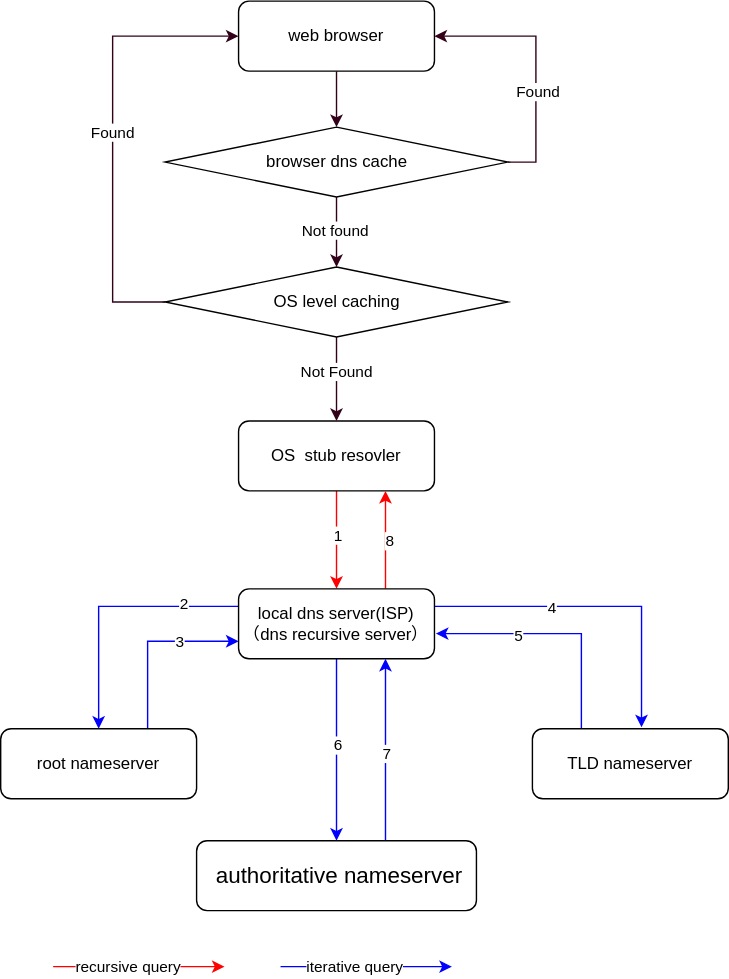
This is 2020/04/23/network-dns/network-dns.svg from stardustman/stardustman.github.io, a draw.io export, as it was before one commit. Source tidied: cells renumbered, new cells last; positions are measured from the earlier drawing's top-left corner, leaving out a move shared by most shapes. Source of this version:
```xml
<mxGraphModel>
  <root>
    <mxCell id="0" />
    <mxCell id="1" parent="0" />
    <mxCell id="2" style="edgeStyle=orthogonalEdgeStyle;rounded=0;jettySize=auto;html=1;exitX=0.5;exitY=1;exitDx=0;exitDy=0;entryX=0.5;entryY=0;entryDx=0;entryDy=0;strokeColor=#33001A;" parent="1" edge="1" source="3" target="29">
      <mxGeometry relative="1" as="geometry" />
    </mxCell>
    <mxCell id="3" value="web browser" style="rounded=1;whiteSpace=wrap;html=1;" parent="1" vertex="1">
      <mxGeometry x="170" width="140" height="50" as="geometry" />
    </mxCell>
    <mxCell id="4" style="edgeStyle=orthogonalEdgeStyle;rounded=0;jettySize=auto;html=1;exitX=0.5;exitY=1;exitDx=0;exitDy=0;entryX=0.5;entryY=0;entryDx=0;entryDy=0;strokeColor=#FF0000;" parent="1" edge="1" source="6" target="15">
      <mxGeometry relative="1" as="geometry" />
    </mxCell>
    <mxCell id="5" value="1" style="edgeLabel;html=1;align=center;verticalAlign=middle;" parent="4" vertex="1">
      <mxGeometry x="-0.12" relative="1" as="geometry" />
    </mxCell>
    <mxCell id="6" value="OS&amp;nbsp; stub resovler" style="rounded=1;whiteSpace=wrap;html=1;" parent="1" vertex="1">
      <mxGeometry x="170" y="300" width="140" height="50" as="geometry" />
    </mxCell>
    <mxCell id="7" style="edgeStyle=orthogonalEdgeStyle;rounded=0;jettySize=auto;html=1;exitX=0;exitY=0.25;exitDx=0;exitDy=0;entryX=0.5;entryY=0;entryDx=0;entryDy=0;strokeColor=#0000FF;" parent="1" edge="1" source="15" target="18">
      <mxGeometry relative="1" as="geometry" />
    </mxCell>
    <mxCell id="8" value="2" style="edgeLabel;html=1;align=center;verticalAlign=middle;" parent="7" vertex="1">
      <mxGeometry x="-0.57" y="-2" relative="1" as="geometry" />
    </mxCell>
    <mxCell id="9" style="edgeStyle=orthogonalEdgeStyle;rounded=0;jettySize=auto;html=1;exitX=1;exitY=0.25;exitDx=0;exitDy=0;entryX=0.557;entryY=-0.02;entryDx=0;entryDy=0;entryPerimeter=0;strokeColor=#0000FF;" parent="1" edge="1" source="15" target="21">
      <mxGeometry relative="1" as="geometry" />
    </mxCell>
    <mxCell id="10" value="4" style="edgeLabel;html=1;align=center;verticalAlign=middle;" parent="9" vertex="1">
      <mxGeometry x="-0.29" relative="1" as="geometry">
        <mxPoint y="1" as="offset" />
      </mxGeometry>
    </mxCell>
    <mxCell id="11" style="edgeStyle=orthogonalEdgeStyle;rounded=0;jettySize=auto;html=1;strokeColor=#0000FF;" parent="1" edge="1" source="15" target="24">
      <mxGeometry relative="1" as="geometry" />
    </mxCell>
    <mxCell id="12" value="6" style="edgeLabel;html=1;align=center;verticalAlign=middle;" parent="11" vertex="1">
      <mxGeometry x="-0.06" relative="1" as="geometry" />
    </mxCell>
    <mxCell id="13" style="edgeStyle=orthogonalEdgeStyle;rounded=0;jettySize=auto;html=1;exitX=0.75;exitY=0;exitDx=0;exitDy=0;entryX=0.75;entryY=1;entryDx=0;entryDy=0;strokeColor=#FF0000;" parent="1" edge="1" source="15" target="6">
      <mxGeometry relative="1" as="geometry" />
    </mxCell>
    <mxCell id="14" value="8" style="edgeLabel;html=1;align=center;verticalAlign=middle;" parent="13" vertex="1">
      <mxGeometry y="-2" relative="1" as="geometry" />
    </mxCell>
    <mxCell id="15" value="local dns server(ISP)&lt;br&gt;（dns recursive server）" style="rounded=1;whiteSpace=wrap;html=1;" parent="1" vertex="1">
      <mxGeometry x="170" y="420" width="140" height="50" as="geometry" />
    </mxCell>
    <mxCell id="16" style="edgeStyle=orthogonalEdgeStyle;rounded=0;jettySize=auto;html=1;exitX=0.75;exitY=0;exitDx=0;exitDy=0;entryX=0;entryY=0.75;entryDx=0;entryDy=0;strokeColor=#0000FF;" parent="1" edge="1" source="18" target="15">
      <mxGeometry relative="1" as="geometry" />
    </mxCell>
    <mxCell id="17" value="3" style="edgeLabel;html=1;align=center;verticalAlign=middle;" parent="16" vertex="1">
      <mxGeometry x="-0.02" y="-22" relative="1" as="geometry">
        <mxPoint x="22" y="-22" as="offset" />
      </mxGeometry>
    </mxCell>
    <mxCell id="18" value="root nameserver" style="rounded=1;whiteSpace=wrap;html=1;" parent="1" vertex="1">
      <mxGeometry y="520" width="140" height="50" as="geometry" />
    </mxCell>
    <mxCell id="19" style="edgeStyle=orthogonalEdgeStyle;rounded=0;jettySize=auto;html=1;exitX=0.25;exitY=0;exitDx=0;exitDy=0;entryX=1.007;entryY=0.64;entryDx=0;entryDy=0;entryPerimeter=0;strokeColor=#0000FF;" parent="1" edge="1" source="21" target="15">
      <mxGeometry relative="1" as="geometry" />
    </mxCell>
    <mxCell id="20" value="5" style="edgeLabel;html=1;align=center;verticalAlign=middle;" parent="19" vertex="1">
      <mxGeometry x="0.33" y="1" relative="1" as="geometry" />
    </mxCell>
    <mxCell id="21" value="TLD nameserver" style="rounded=1;whiteSpace=wrap;html=1;" parent="1" vertex="1">
      <mxGeometry x="380" y="520" width="140" height="50" as="geometry" />
    </mxCell>
    <mxCell id="22" style="edgeStyle=orthogonalEdgeStyle;rounded=0;jettySize=auto;html=1;exitX=0.75;exitY=0;exitDx=0;exitDy=0;entryX=0.75;entryY=1;entryDx=0;entryDy=0;strokeColor=#0000FF;" parent="1" edge="1" source="24" target="15">
      <mxGeometry relative="1" as="geometry">
        <Array as="points">
          <mxPoint x="275" y="600" />
        </Array>
      </mxGeometry>
    </mxCell>
    <mxCell id="23" value="7" style="edgeLabel;html=1;align=center;verticalAlign=middle;" parent="22" vertex="1">
      <mxGeometry x="0.08" relative="1" as="geometry" />
    </mxCell>
    <mxCell id="24" value="&lt;span style=&quot;font-family: , , &amp;#34;segoe ui&amp;#34; , &amp;#34;roboto&amp;#34; , &amp;#34;oxygen&amp;#34; , &amp;#34;ubuntu&amp;#34; , &amp;#34;cantarell&amp;#34; , &amp;#34;fira sans&amp;#34; , &amp;#34;droid sans&amp;#34; , &amp;#34;helvetica neue&amp;#34; , sans-serif ; font-size: 16px ; text-align: left&quot;&gt;&amp;nbsp;authoritative nameserver&lt;/span&gt;" style="rounded=1;whiteSpace=wrap;html=1;" parent="1" vertex="1">
      <mxGeometry x="140" y="600" width="200" height="50" as="geometry" />
    </mxCell>
    <mxCell id="25" style="edgeStyle=orthogonalEdgeStyle;rounded=0;jettySize=auto;html=1;exitX=1;exitY=0.5;exitDx=0;exitDy=0;entryX=1;entryY=0.5;entryDx=0;entryDy=0;strokeColor=#33001A;" parent="1" edge="1" source="29" target="3">
      <mxGeometry relative="1" as="geometry" />
    </mxCell>
    <mxCell id="26" value="Found" style="edgeLabel;html=1;align=center;verticalAlign=middle;" parent="25" vertex="1">
      <mxGeometry x="-0.22" relative="1" as="geometry">
        <mxPoint x="1" as="offset" />
      </mxGeometry>
    </mxCell>
    <mxCell id="27" style="edgeStyle=orthogonalEdgeStyle;rounded=0;jettySize=auto;html=1;exitX=0.5;exitY=1;exitDx=0;exitDy=0;entryX=0.5;entryY=0;entryDx=0;entryDy=0;strokeColor=#33001A;" parent="1" edge="1" source="29" target="37">
      <mxGeometry relative="1" as="geometry" />
    </mxCell>
    <mxCell id="28" value="Not found" style="edgeLabel;html=1;align=center;verticalAlign=middle;" parent="27" vertex="1">
      <mxGeometry x="-0.08" y="-2" relative="1" as="geometry" />
    </mxCell>
    <mxCell id="29" value="browser dns cache" style="rhombus;whiteSpace=wrap;html=1;" parent="1" vertex="1">
      <mxGeometry x="117.5" y="90" width="245" height="50" as="geometry" />
    </mxCell>
    <mxCell id="30" value="&lt;pre class=&quot;project_naptha_text_layer&quot; style=&quot;box-sizing: border-box ; font-family: monospace , monospace ; font-size: 16px ; overflow: hidden ; left: -100px ; top: -100px ; height: 1px ; width: 1px ; position: absolute&quot;&gt;&lt;pre class=&quot;project_naptha_text_layer&quot; style=&quot;box-sizing: border-box ; font-family: monospace , monospace ; overflow: hidden ; left: -100px ; top: -100px ; height: 1px ; width: 1px ; position: absolute&quot;&gt;ReILlrsive Query&lt;br/&gt;&lt;br/&gt;This text was recognized by the built-in Ocrad engine. A better transcription may be attained by right clicking on the selection and changing the OCR engine to &quot;Tesseract&quot; (under the &quot;Language&quot; menu). This message can be removed in the future by unchecking &quot;OCR Disclaimer&quot; (under the Options menu). More info: http://projectnaptha.com/ocrad&lt;/pre&gt;&lt;/pre&gt;" style="endArrow=classic;html=1;strokeColor=#FF0000;" parent="1" edge="1">
      <mxGeometry relative="1" as="geometry">
        <mxPoint x="37.5" y="690" as="sourcePoint" />
        <mxPoint x="160" y="690" as="targetPoint" />
      </mxGeometry>
    </mxCell>
    <mxCell id="31" value="recursive query" style="edgeLabel;html=1;align=center;verticalAlign=middle;" parent="30" vertex="1">
      <mxGeometry x="-0.27" y="1" relative="1" as="geometry">
        <mxPoint x="8.5" as="offset" />
      </mxGeometry>
    </mxCell>
    <mxCell id="32" value="&lt;pre class=&quot;project_naptha_text_layer&quot; style=&quot;box-sizing: border-box ; font-family: monospace , monospace ; font-size: 16px ; overflow: hidden ; left: -100px ; top: -100px ; height: 1px ; width: 1px ; position: absolute&quot;&gt;&lt;pre class=&quot;project_naptha_text_layer&quot; style=&quot;box-sizing: border-box ; font-family: monospace , monospace ; overflow: hidden ; left: -100px ; top: -100px ; height: 1px ; width: 1px ; position: absolute&quot;&gt;ReILlrsive Query&lt;br/&gt;&lt;br/&gt;This text was recognized by the built-in Ocrad engine. A better transcription may be attained by right clicking on the selection and changing the OCR engine to &quot;Tesseract&quot; (under the &quot;Language&quot; menu). This message can be removed in the future by unchecking &quot;OCR Disclaimer&quot; (under the Options menu). More info: http://projectnaptha.com/ocrad&lt;/pre&gt;&lt;/pre&gt;" style="endArrow=classic;html=1;strokeColor=#0000FF;" parent="1" edge="1">
      <mxGeometry relative="1" as="geometry">
        <mxPoint x="200" y="690" as="sourcePoint" />
        <mxPoint x="322.5" y="690" as="targetPoint" />
      </mxGeometry>
    </mxCell>
    <mxCell id="33" value="iterative query" style="edgeLabel;html=1;align=center;verticalAlign=middle;" parent="32" vertex="1">
      <mxGeometry x="-0.27" y="1" relative="1" as="geometry">
        <mxPoint x="8.5" as="offset" />
      </mxGeometry>
    </mxCell>
    <mxCell id="34" style="edgeStyle=orthogonalEdgeStyle;rounded=0;jettySize=auto;html=1;exitX=0.5;exitY=1;exitDx=0;exitDy=0;entryX=0.5;entryY=0;entryDx=0;entryDy=0;strokeColor=#33001A;" parent="1" edge="1" source="37" target="6">
      <mxGeometry relative="1" as="geometry" />
    </mxCell>
    <mxCell id="35" value="Not Found" style="edgeLabel;html=1;align=center;verticalAlign=middle;" parent="34" vertex="1">
      <mxGeometry x="-0.2" y="-1" relative="1" as="geometry" />
    </mxCell>
    <mxCell id="36" value="Found" style="edgeStyle=orthogonalEdgeStyle;rounded=0;jettySize=auto;html=1;exitX=0;exitY=0.5;exitDx=0;exitDy=0;entryX=0;entryY=0.5;entryDx=0;entryDy=0;strokeColor=#33001A;" parent="1" edge="1" source="37" target="3">
      <mxGeometry relative="1" as="geometry">
        <Array as="points">
          <mxPoint x="80" y="215" />
          <mxPoint x="80" y="25" />
        </Array>
      </mxGeometry>
    </mxCell>
    <mxCell id="37" value="OS level caching" style="rhombus;whiteSpace=wrap;html=1;" parent="1" vertex="1">
      <mxGeometry x="117.5" y="190" width="245" height="50" as="geometry" />
    </mxCell>
  </root>
</mxGraphModel>
```
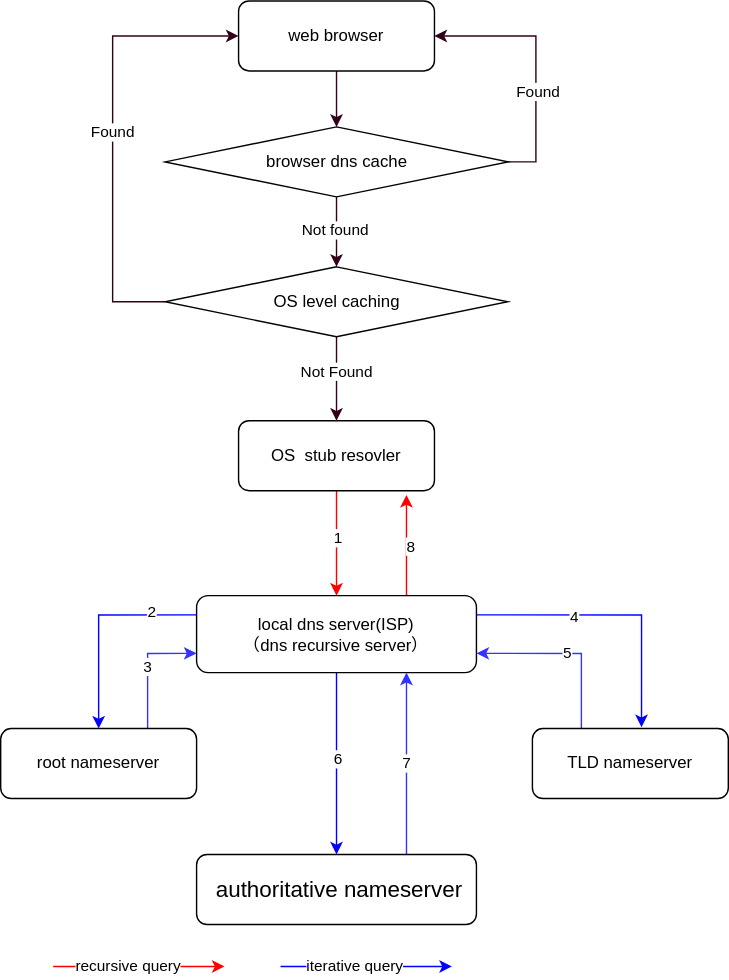
After the commit.

The edit, as a diff of the source:
```diff
@@ -37,47 +37,34 @@
     <mxCell id="12" value="6" style="edgeLabel;html=1;align=center;verticalAlign=middle;" parent="11" vertex="1">
       <mxGeometry x="-0.06" relative="1" as="geometry" />
     </mxCell>
-    <mxCell id="13" style="edgeStyle=orthogonalEdgeStyle;rounded=0;jettySize=auto;html=1;exitX=0.75;exitY=0;exitDx=0;exitDy=0;entryX=0.75;entryY=1;entryDx=0;entryDy=0;strokeColor=#FF0000;" parent="1" edge="1" source="15" target="6">
-      <mxGeometry relative="1" as="geometry" />
+    <mxCell id="13" style="edgeStyle=orthogonalEdgeStyle;rounded=0;jettySize=auto;html=1;exitX=0.75;exitY=0;exitDx=0;exitDy=0;strokeColor=#FF0000;" parent="1" edge="1" source="15">
+      <mxGeometry relative="1" as="geometry">
+        <mxPoint x="290" y="353" as="targetPoint" />
+      </mxGeometry>
     </mxCell>
     <mxCell id="14" value="8" style="edgeLabel;html=1;align=center;verticalAlign=middle;" parent="13" vertex="1">
       <mxGeometry y="-2" relative="1" as="geometry" />
     </mxCell>
     <mxCell id="15" value="local dns server(ISP)&lt;br&gt;（dns recursive server）" style="rounded=1;whiteSpace=wrap;html=1;" parent="1" vertex="1">
-      <mxGeometry x="170" y="420" width="140" height="50" as="geometry" />
+      <mxGeometry x="140" y="425" width="200" height="55" as="geometry" />
     </mxCell>
-    <mxCell id="16" style="edgeStyle=orthogonalEdgeStyle;rounded=0;jettySize=auto;html=1;exitX=0.75;exitY=0;exitDx=0;exitDy=0;entryX=0;entryY=0.75;entryDx=0;entryDy=0;strokeColor=#0000FF;" parent="1" edge="1" source="18" target="15">
-      <mxGeometry relative="1" as="geometry" />
-    </mxCell>
-    <mxCell id="17" value="3" style="edgeLabel;html=1;align=center;verticalAlign=middle;" parent="16" vertex="1">
-      <mxGeometry x="-0.02" y="-22" relative="1" as="geometry">
-        <mxPoint x="22" y="-22" as="offset" />
-      </mxGeometry>
+    <mxCell id="17" value="3" style="edgeStyle=orthogonalEdgeStyle;rounded=0;jettySize=auto;html=1;exitX=0.75;exitY=0;exitDx=0;exitDy=0;entryX=0;entryY=0.75;entryDx=0;entryDy=0;strokeColor=#3333FF;" parent="1" edge="1" source="18" target="15">
+      <mxGeometry relative="1" as="geometry" />
     </mxCell>
     <mxCell id="18" value="root nameserver" style="rounded=1;whiteSpace=wrap;html=1;" parent="1" vertex="1">
       <mxGeometry y="520" width="140" height="50" as="geometry" />
     </mxCell>
-    <mxCell id="19" style="edgeStyle=orthogonalEdgeStyle;rounded=0;jettySize=auto;html=1;exitX=0.25;exitY=0;exitDx=0;exitDy=0;entryX=1.007;entryY=0.64;entryDx=0;entryDy=0;entryPerimeter=0;strokeColor=#0000FF;" parent="1" edge="1" source="21" target="15">
-      <mxGeometry relative="1" as="geometry" />
-    </mxCell>
-    <mxCell id="20" value="5" style="edgeLabel;html=1;align=center;verticalAlign=middle;" parent="19" vertex="1">
-      <mxGeometry x="0.33" y="1" relative="1" as="geometry" />
+    <mxCell id="20" value="5" style="edgeStyle=orthogonalEdgeStyle;rounded=0;jettySize=auto;html=1;exitX=0.25;exitY=0;exitDx=0;exitDy=0;entryX=1;entryY=0.75;entryDx=0;entryDy=0;strokeColor=#3333FF;" parent="1" edge="1" source="21" target="15">
+      <mxGeometry relative="1" as="geometry" />
     </mxCell>
     <mxCell id="21" value="TLD nameserver" style="rounded=1;whiteSpace=wrap;html=1;" parent="1" vertex="1">
       <mxGeometry x="380" y="520" width="140" height="50" as="geometry" />
     </mxCell>
-    <mxCell id="22" style="edgeStyle=orthogonalEdgeStyle;rounded=0;jettySize=auto;html=1;exitX=0.75;exitY=0;exitDx=0;exitDy=0;entryX=0.75;entryY=1;entryDx=0;entryDy=0;strokeColor=#0000FF;" parent="1" edge="1" source="24" target="15">
-      <mxGeometry relative="1" as="geometry">
-        <Array as="points">
-          <mxPoint x="275" y="600" />
-        </Array>
-      </mxGeometry>
-    </mxCell>
-    <mxCell id="23" value="7" style="edgeLabel;html=1;align=center;verticalAlign=middle;" parent="22" vertex="1">
-      <mxGeometry x="0.08" relative="1" as="geometry" />
+    <mxCell id="23" value="7" style="edgeStyle=orthogonalEdgeStyle;rounded=0;jettySize=auto;html=1;exitX=0.75;exitY=0;exitDx=0;exitDy=0;entryX=0.75;entryY=1;entryDx=0;entryDy=0;strokeColor=#3333FF;" parent="1" edge="1" source="24" target="15">
+      <mxGeometry relative="1" as="geometry" />
     </mxCell>
     <mxCell id="24" value="&lt;span style=&quot;font-family: , , &amp;#34;segoe ui&amp;#34; , &amp;#34;roboto&amp;#34; , &amp;#34;oxygen&amp;#34; , &amp;#34;ubuntu&amp;#34; , &amp;#34;cantarell&amp;#34; , &amp;#34;fira sans&amp;#34; , &amp;#34;droid sans&amp;#34; , &amp;#34;helvetica neue&amp;#34; , sans-serif ; font-size: 16px ; text-align: left&quot;&gt;&amp;nbsp;authoritative nameserver&lt;/span&gt;" style="rounded=1;whiteSpace=wrap;html=1;" parent="1" vertex="1">
-      <mxGeometry x="140" y="600" width="200" height="50" as="geometry" />
+      <mxGeometry x="140" y="610" width="200" height="50" as="geometry" />
     </mxCell>
     <mxCell id="25" style="edgeStyle=orthogonalEdgeStyle;rounded=0;jettySize=auto;html=1;exitX=1;exitY=0.5;exitDx=0;exitDy=0;entryX=1;entryY=0.5;entryDx=0;entryDy=0;strokeColor=#33001A;" parent="1" edge="1" source="29" target="3">
       <mxGeometry relative="1" as="geometry" />
```
